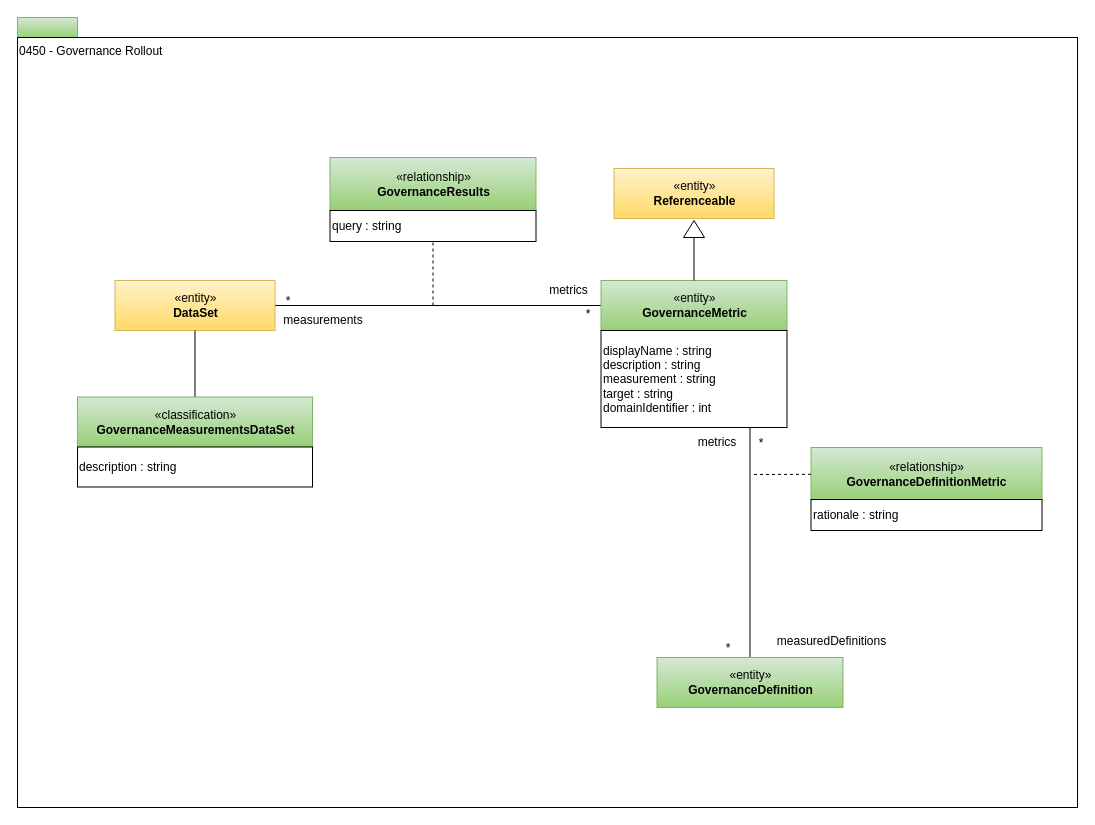
odpi/egeria keeps this draw.io diagram as page "0450-Governance-Rollout" (18 of 28) of open-metadata-publication/website/open-metadata-types/area-4-governance.drawio. Above is the earlier version. Source tidied: cells renumbered, new cells numbered last; positions are measured from the earlier drawing's top-left corner, leaving out a move shared by most shapes. Both pictures are drawn from the tidied source at 100%, with x=0, y=0 at pixel (17, 17).
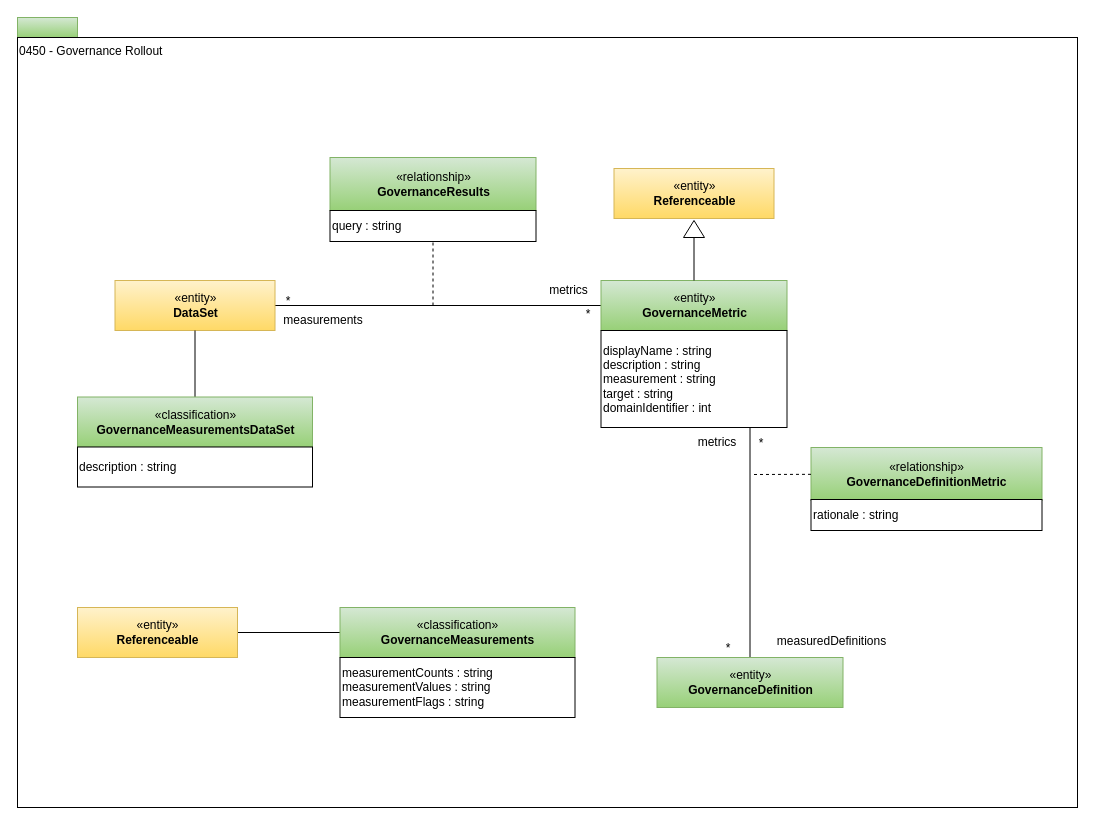
After the change.

Diff of the diagram source:
```diff
@@
+    <mxCell id="30" style="edgeStyle=orthogonalEdgeStyle;rounded=0;jettySize=auto;html=1;exitX=0;exitY=0.5;exitDx=0;exitDy=0;endArrow=none;endFill=0;" parent="1" edge="1" source="31" target="33">
+      <mxGeometry relative="1" as="geometry" />
+    </mxCell>
+    <mxCell id="31" value="«classification»&lt;br&gt;&lt;b&gt;GovernanceMeasurements&lt;/b&gt;" style="html=1;strokeColor=#82b366;align=center;fillColor=#d5e8d4;gradientColor=#97d077;" parent="1" vertex="1">
+      <mxGeometry x="322.5" y="590" width="235" height="50" as="geometry" />
+    </mxCell>
+    <mxCell id="32" value="measurementCounts : string&lt;br&gt;measurementValues : string&lt;br&gt;measurementFlags : string&lt;br&gt;&lt;div style=&quot;text-align: left&quot;&gt;&lt;/div&gt;" style="rounded=0;whiteSpace=wrap;html=1;strokeColor=#000000;gradientColor=#ffffff;align=left;" parent="1" vertex="1">
+      <mxGeometry x="322.5" y="640" width="235" height="60" as="geometry" />
+    </mxCell>
+    <mxCell id="33" value="«entity»&lt;br&gt;&lt;b&gt;Referenceable&lt;/b&gt;" style="html=1;strokeColor=#d6b656;align=center;fillColor=#fff2cc;gradientColor=#ffd966;" parent="1" vertex="1">
+      <mxGeometry x="60" y="590" width="160" height="50" as="geometry" />
+    </mxCell>
```
